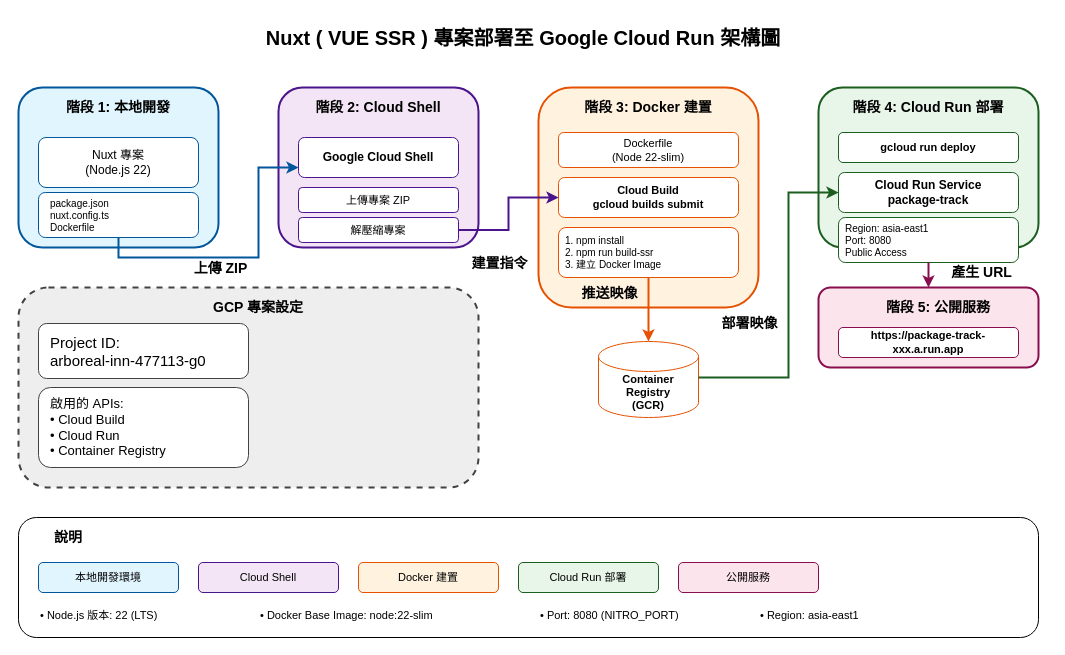
yuhsiang237/package-track keeps this draw.io diagram as docs/CloudRun-Deployment-Architecture.drawio. Above is the earlier version. Source tidied: cells renumbered, new cells numbered last; positions are measured from the earlier drawing's top-left corner, leaving out a move shared by most shapes. Both pictures are drawn from the tidied source at 100%, with x=0, y=0 at pixel (18, 17).
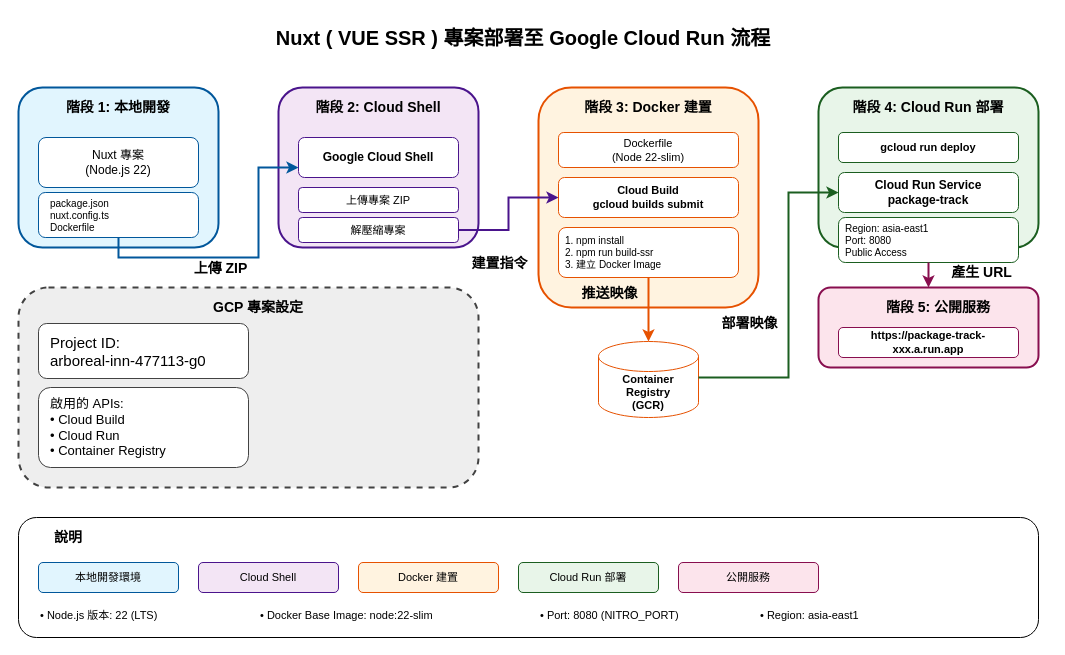
The same page after the edit.

Diff of the diagram source:
```diff
@@
-    <mxCell id="2" value="Nuxt ( VUE SSR ) 專案部署至 Google Cloud Run 架構圖" style="text;html=1;strokeColor=none;fillColor=none;align=center;verticalAlign=middle;whiteSpace=wrap;rounded=0;fontSize=20;fontStyle=1;" parent="1" vertex="1">
+    <mxCell id="2" value="Nuxt ( VUE SSR ) 專案部署至 Google Cloud Run 流程" style="text;html=1;strokeColor=none;fillColor=none;align=center;verticalAlign=middle;whiteSpace=wrap;rounded=0;fontSize=20;fontStyle=1;" parent="1" vertex="1">
       <mxGeometry x="204.5" width="600" height="40" as="geometry" />
     </mxCell>
```
